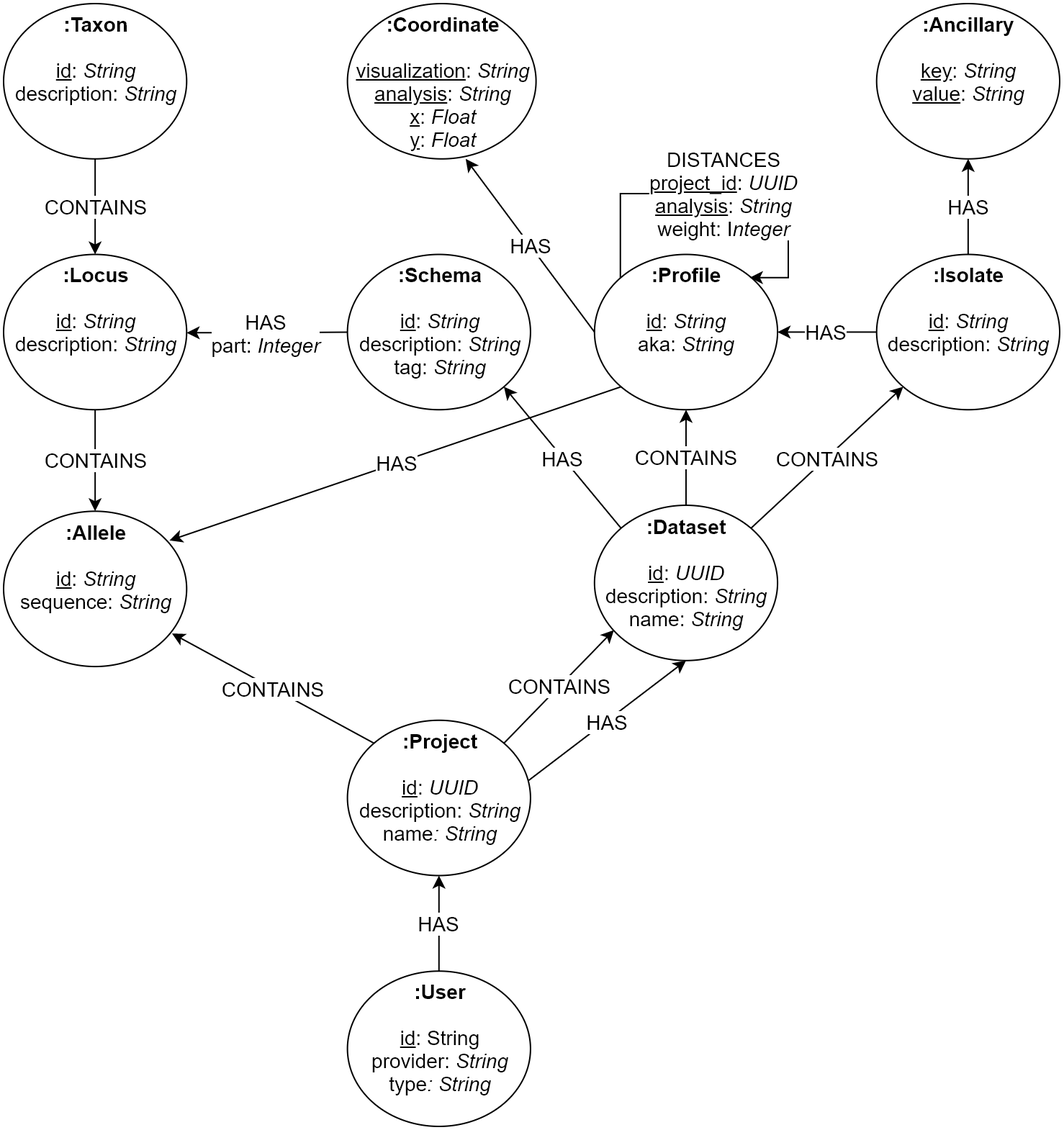
Earlier version of the draw.io export docs/data model/graph_model.png (phyloviz/phyloDB). Source tidied: cells renumbered, new cells last; positions are measured from the earlier drawing's top-left corner, leaving out a move shared by most shapes.
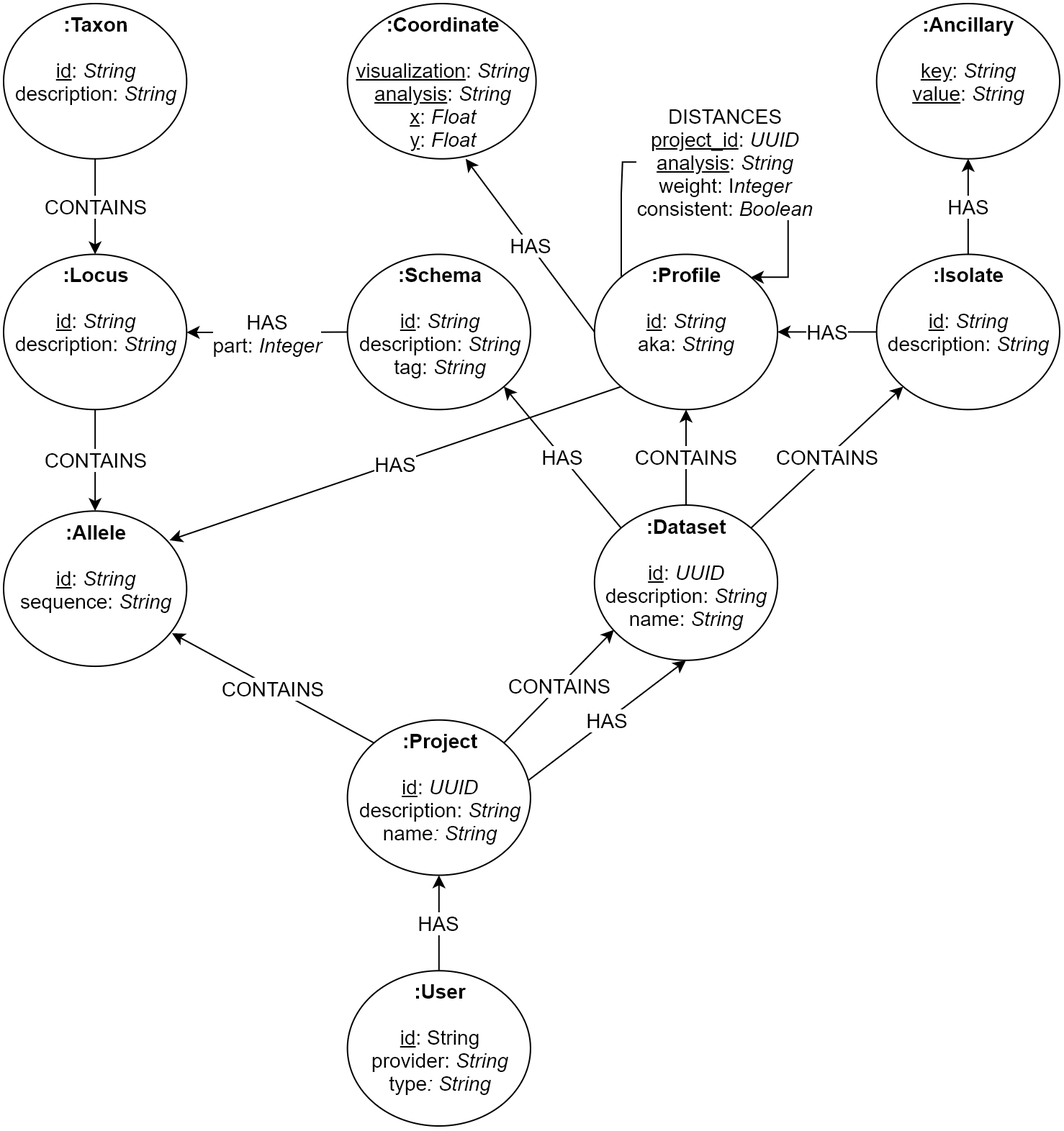
The same diagram one commit later.

Commit message:
Fix graph model figure

The edit, as a diff of the source:
```diff
@@ -56,12 +56,13 @@
     <mxCell id="19" value="&lt;b style=&quot;font-size: 14px;&quot;&gt;:Dataset&lt;/b&gt;&lt;br style=&quot;font-size: 14px;&quot;&gt;&lt;br style=&quot;font-size: 14px;&quot;&gt;&lt;u style=&quot;font-size: 14px;&quot;&gt;id&lt;/u&gt;: &lt;i style=&quot;font-size: 14px;&quot;&gt;UUID&lt;br style=&quot;font-size: 14px;&quot;&gt;&lt;/i&gt;description:&amp;nbsp;&lt;i style=&quot;font-size: 14px;&quot;&gt;String&lt;/i&gt;&lt;i style=&quot;font-size: 14px;&quot;&gt;&lt;br style=&quot;font-size: 14px;&quot;&gt;&lt;/i&gt;name: &lt;i style=&quot;font-size: 14px;&quot;&gt;String&lt;br style=&quot;font-size: 14px;&quot;&gt;&lt;/i&gt;&lt;i style=&quot;font-size: 14px;&quot;&gt;&lt;br style=&quot;font-size: 14px;&quot;&gt;&lt;/i&gt;" style="ellipse;whiteSpace=wrap;html=1;fontSize=14;verticalAlign=top;" parent="2" vertex="1">
       <mxGeometry x="410.4" y="348.5" width="127.1" height="107.9" as="geometry" />
     </mxCell>
-    <mxCell id="20" value="DISTANCES&lt;br style=&quot;font-size: 14px;&quot;&gt;&lt;u style=&quot;font-size: 14px;&quot;&gt;project_id&lt;/u&gt;: &lt;i style=&quot;font-size: 14px;&quot;&gt;UUID&lt;/i&gt;&lt;br style=&quot;font-size: 14px;&quot;&gt;&lt;u style=&quot;font-size: 14px;&quot;&gt;analysis&lt;/u&gt;: &lt;i style=&quot;font-size: 14px;&quot;&gt;String&lt;/i&gt;&lt;br style=&quot;font-size: 14px;&quot;&gt;weight: I&lt;i style=&quot;font-size: 14px;&quot;&gt;nteger&lt;/i&gt;" style="edgeStyle=orthogonalEdgeStyle;rounded=0;orthogonalLoop=1;jettySize=auto;html=1;exitX=0;exitY=0;exitDx=0;exitDy=0;entryX=1;entryY=0;entryDx=0;entryDy=0;fontSize=14;" parent="2" edge="1" source="18" target="18">
+    <mxCell id="20" value="DISTANCES&lt;br style=&quot;font-size: 14px&quot;&gt;&lt;u style=&quot;font-size: 14px&quot;&gt;project_id&lt;/u&gt;: &lt;i style=&quot;font-size: 14px&quot;&gt;UUID&lt;/i&gt;&lt;br style=&quot;font-size: 14px&quot;&gt;&lt;u style=&quot;font-size: 14px&quot;&gt;analysis&lt;/u&gt;: &lt;i style=&quot;font-size: 14px&quot;&gt;String&lt;/i&gt;&lt;br style=&quot;font-size: 14px&quot;&gt;weight: I&lt;span style=&quot;font-size: 14px&quot;&gt;&lt;i&gt;nteger&lt;/i&gt;&lt;br&gt;consistent: &lt;i&gt;Boolean&lt;/i&gt;&lt;br&gt;&lt;/span&gt;" style="edgeStyle=orthogonalEdgeStyle;rounded=0;orthogonalLoop=1;jettySize=auto;html=1;exitX=0;exitY=0;exitDx=0;exitDy=0;entryX=1;entryY=0;entryDx=0;entryDy=0;fontSize=14;" parent="2" edge="1" source="18" target="18">
       <mxGeometry relative="1" as="geometry">
         <Array as="points">
-          <mxPoint x="429.2" y="132.8" />
-          <mxPoint x="544.4" y="132.8" />
-          <mxPoint x="544.4" y="190" />
+          <mxPoint x="429" y="132" />
+          <mxPoint x="430" y="110" />
+          <mxPoint x="545" y="110" />
+          <mxPoint x="545" y="190" />
         </Array>
       </mxGeometry>
     </mxCell>
```
